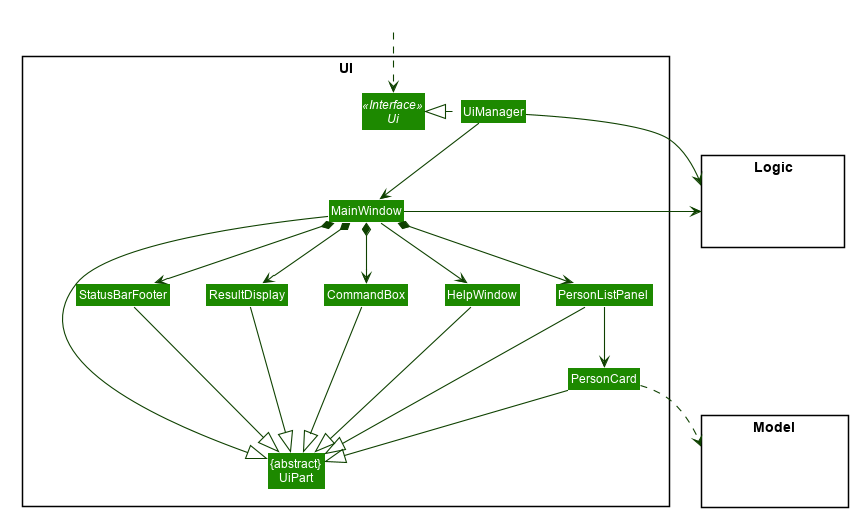
Before: docs/images/UiClassDiagram.png, a diagram exported from PlantUML (nus-cs2103-AY2021S2/tp).
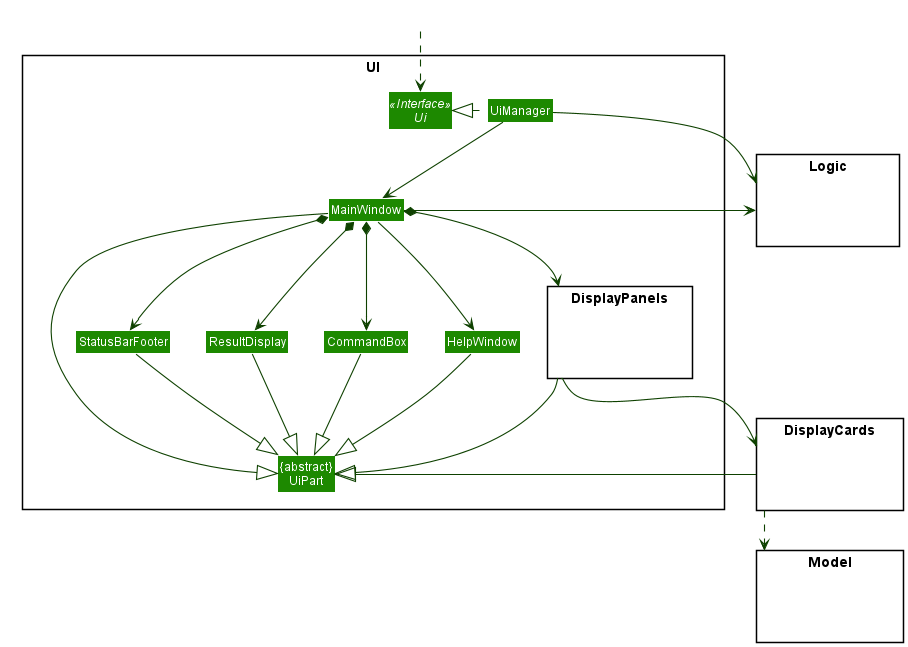
After the commit.

Diff of the diagram source:
```diff
@@ -1,55 +1,8 @@
 @startuml
-
-
-
-
-
-
-
-
-skinparam BackgroundColor #FFFFFFF
-
-skinparam Shadowing false
-
-skinparam Class {
-    FontColor #FFFFFF
-    BorderThickness 1
-    BorderColor #FFFFFF
-    StereotypeFontColor #FFFFFF
-    FontName Arial
-}
-
-skinparam Actor {
-    BorderColor #000000
-    Color #000000
-    FontName Arial
-}
-
-skinparam Sequence {
-    MessageAlign center
-    BoxFontSize 15
-    BoxPadding 0
-    BoxFontColor #FFFFFF
-    FontName Arial
-}
-
-skinparam Participant {
-    FontColor #FFFFFFF
-    Padding 20
-}
-
-skinparam MinClassWidth 50
-skinparam ParticipantPadding 10
-skinparam Shadowing false
-skinparam DefaultTextAlignment center
-skinparam packageStyle Rectangle
-
-hide footbox
-hide members
-hide circle
+!include style.puml
 skinparam arrowThickness 1.1
-skinparam arrowColor #0E4100
-skinparam classBackgroundColor #1D8900
+skinparam arrowColor UI_COLOR_T4
+skinparam classBackgroundColor UI_COLOR
 
 package UI <<Rectangle>>{
 Interface Ui <<Interface>>
@@ -58,10 +11,16 @@
 Class MainWindow
 Class HelpWindow
 Class ResultDisplay
-Class PersonListPanel
-Class PersonCard
+Class DisplayPanels
+package DisplayPanels <<Rectangle>> {
+Class HiddenPanel #FFFFFF
+}
 Class StatusBarFooter
 Class CommandBox
+}
+
+package DisplayCards <<Rectangle>> {
+Class HiddenCards #FFFFFF
 }
 
 package Model <<Rectangle>> {
@@ -80,25 +39,25 @@
 MainWindow --> HelpWindow
 MainWindow *-down-> CommandBox
 MainWindow *-down-> ResultDisplay
-MainWindow *-down-> PersonListPanel
+MainWindow *-down-> DisplayPanels
 MainWindow *-down-> StatusBarFooter
 
-PersonListPanel -down-> PersonCard
+DisplayPanels -down-> DisplayCards
 
 MainWindow -left-|> UiPart
 
 ResultDisplay --|> UiPart
 CommandBox --|> UiPart
-PersonListPanel --|> UiPart
-PersonCard --|> UiPart
+DisplayPanels --|> UiPart
+DisplayCards --|> UiPart
 StatusBarFooter --|> UiPart
 HelpWindow -down-|> UiPart
 
-PersonCard ..> Model
+DisplayCards ..> Model
 UiManager -right-> Logic
 MainWindow -left-> Logic
 
-PersonListPanel -[hidden]left- HelpWindow
+DisplayPanels -[hidden]left- HelpWindow
 HelpWindow -[hidden]left- CommandBox
 CommandBox -[hidden]left- ResultDisplay
 ResultDisplay -[hidden]left- StatusBarFooter
```
